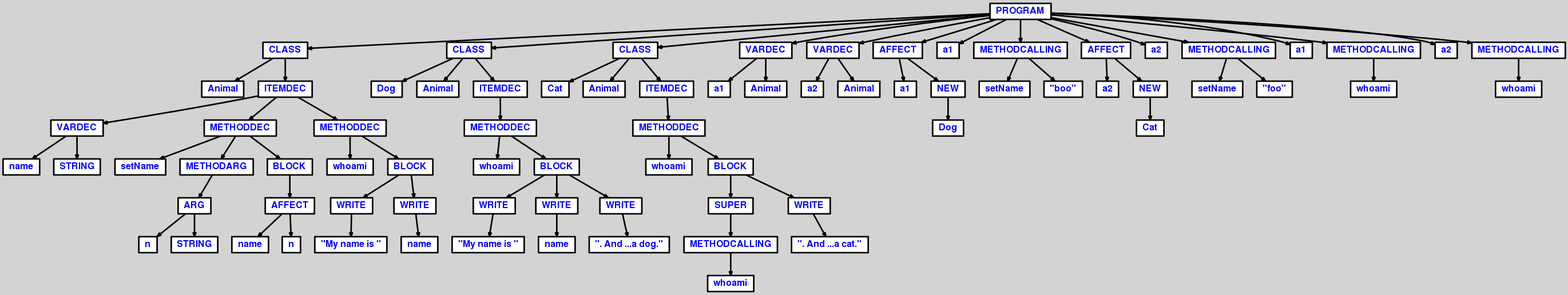
Before: AST/ASTprog4.dot.png, a diagram exported from Graphviz (AOSauron/compiler-clooc). Its source is kept beside it as AST/ASTprog4.dot.
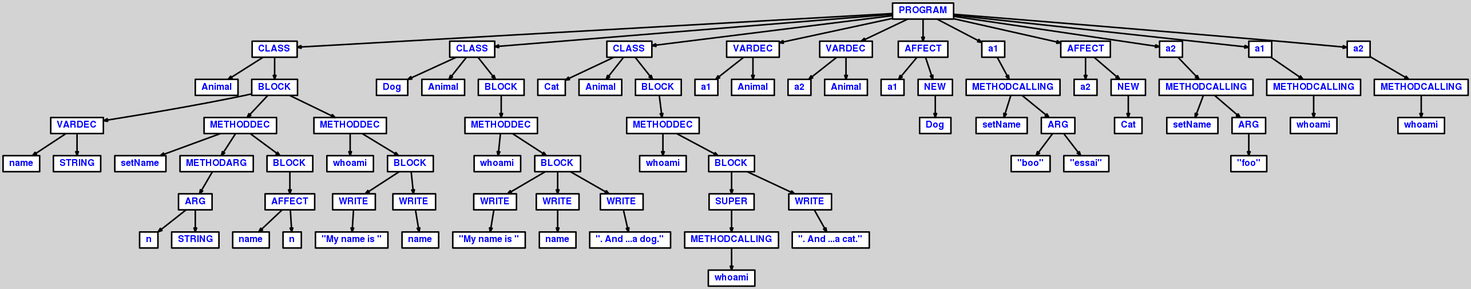
After the change.

The edit, as a diff of the source:
```diff
@@ -10,8 +10,8 @@
   n1 [label="CLASS"];
   n1 [label="CLASS"];
   n2 [label="Animal"];
-  n3 [label="ITEMDEC"];
-  n3 [label="ITEMDEC"];
+  n3 [label="BLOCK"];
+  n3 [label="BLOCK"];
   n4 [label="VARDEC"];
   n4 [label="VARDEC"];
   n5 [label="name"];
@@ -46,8 +46,8 @@
   n24 [label="CLASS"];
   n25 [label="Dog"];
   n26 [label="Animal"];
-  n27 [label="ITEMDEC"];
-  n27 [label="ITEMDEC"];
+  n27 [label="BLOCK"];
+  n27 [label="BLOCK"];
   n28 [label="METHODDEC"];
   n28 [label="METHODDEC"];
   n29 [label="whoami"];
@@ -66,8 +66,8 @@
   n37 [label="CLASS"];
   n38 [label="Cat"];
   n39 [label="Animal"];
-  n40 [label="ITEMDEC"];
-  n40 [label="ITEMDEC"];
+  n40 [label="BLOCK"];
+  n40 [label="BLOCK"];
   n41 [label="METHODDEC"];
   n41 [label="METHODDEC"];
   n42 [label="whoami"];
@@ -96,37 +96,46 @@
   n57 [label="NEW"];
   n58 [label="Dog"];
   n59 [label="a1"];
+  n59 [label="a1"];
   n60 [label="METHODCALLING"];
   n60 [label="METHODCALLING"];
   n61 [label="setName"];
-  n62 [label="\"boo\""];
-  n63 [label="AFFECT"];
-  n63 [label="AFFECT"];
-  n64 [label="a2"];
-  n65 [label="NEW"];
-  n65 [label="NEW"];
-  n66 [label="Cat"];
-  n67 [label="a2"];
-  n68 [label="METHODCALLING"];
-  n68 [label="METHODCALLING"];
-  n69 [label="setName"];
-  n70 [label="\"foo\""];
-  n71 [label="a1"];
-  n72 [label="METHODCALLING"];
-  n72 [label="METHODCALLING"];
-  n73 [label="whoami"];
-  n74 [label="a2"];
+  n62 [label="ARG"];
+  n62 [label="ARG"];
+  n63 [label="\"boo\""];
+  n64 [label="\"essai\""];
+  n65 [label="AFFECT"];
+  n65 [label="AFFECT"];
+  n66 [label="a2"];
+  n67 [label="NEW"];
+  n67 [label="NEW"];
+  n68 [label="Cat"];
+  n69 [label="a2"];
+  n69 [label="a2"];
+  n70 [label="METHODCALLING"];
+  n70 [label="METHODCALLING"];
+  n71 [label="setName"];
+  n72 [label="ARG"];
+  n72 [label="ARG"];
+  n73 [label="\"foo\""];
+  n74 [label="a1"];
+  n74 [label="a1"];
   n75 [label="METHODCALLING"];
   n75 [label="METHODCALLING"];
   n76 [label="whoami"];
+  n77 [label="a2"];
+  n77 [label="a2"];
+  n78 [label="METHODCALLING"];
+  n78 [label="METHODCALLING"];
+  n79 [label="whoami"];
 
   n0 -> n1 // "PROGRAM" -> "CLASS"
   n1 -> n2 // "CLASS" -> "Animal"
-  n1 -> n3 // "CLASS" -> "ITEMDEC"
-  n3 -> n4 // "ITEMDEC" -> "VARDEC"
+  n1 -> n3 // "CLASS" -> "BLOCK"
+  n3 -> n4 // "BLOCK" -> "VARDEC"
   n4 -> n5 // "VARDEC" -> "name"
   n4 -> n6 // "VARDEC" -> "STRING"
-  n3 -> n7 // "ITEMDEC" -> "METHODDEC"
+  n3 -> n7 // "BLOCK" -> "METHODDEC"
   n7 -> n8 // "METHODDEC" -> "setName"
   n7 -> n9 // "METHODDEC" -> "METHODARG"
   n9 -> n10 // "METHODARG" -> "ARG"
@@ -136,7 +145,7 @@
   n13 -> n14 // "BLOCK" -> "AFFECT"
   n14 -> n15 // "AFFECT" -> "name"
   n14 -> n16 // "AFFECT" -> "n"
-  n3 -> n17 // "ITEMDEC" -> "METHODDEC"
+  n3 -> n17 // "BLOCK" -> "METHODDEC"
   n17 -> n18 // "METHODDEC" -> "whoami"
   n17 -> n19 // "METHODDEC" -> "BLOCK"
   n19 -> n20 // "BLOCK" -> "WRITE"
@@ -146,8 +155,8 @@
   n0 -> n24 // "PROGRAM" -> "CLASS"
   n24 -> n25 // "CLASS" -> "Dog"
   n24 -> n26 // "CLASS" -> "Animal"
-  n24 -> n27 // "CLASS" -> "ITEMDEC"
-  n27 -> n28 // "ITEMDEC" -> "METHODDEC"
+  n24 -> n27 // "CLASS" -> "BLOCK"
+  n27 -> n28 // "BLOCK" -> "METHODDEC"
   n28 -> n29 // "METHODDEC" -> "whoami"
   n28 -> n30 // "METHODDEC" -> "BLOCK"
   n30 -> n31 // "BLOCK" -> "WRITE"
@@ -159,8 +168,8 @@
   n0 -> n37 // "PROGRAM" -> "CLASS"
   n37 -> n38 // "CLASS" -> "Cat"
   n37 -> n39 // "CLASS" -> "Animal"
-  n37 -> n40 // "CLASS" -> "ITEMDEC"
-  n40 -> n41 // "ITEMDEC" -> "METHODDEC"
+  n37 -> n40 // "CLASS" -> "BLOCK"
+  n40 -> n41 // "BLOCK" -> "METHODDEC"
   n41 -> n42 // "METHODDEC" -> "whoami"
   n41 -> n43 // "METHODDEC" -> "BLOCK"
   n43 -> n44 // "BLOCK" -> "SUPER"
@@ -179,22 +188,25 @@
   n55 -> n57 // "AFFECT" -> "NEW"
   n57 -> n58 // "NEW" -> "Dog"
   n0 -> n59 // "PROGRAM" -> "a1"
-  n0 -> n60 // "PROGRAM" -> "METHODCALLING"
+  n59 -> n60 // "a1" -> "METHODCALLING"
   n60 -> n61 // "METHODCALLING" -> "setName"
-  n60 -> n62 // "METHODCALLING" -> "\"boo\""
-  n0 -> n63 // "PROGRAM" -> "AFFECT"
-  n63 -> n64 // "AFFECT" -> "a2"
-  n63 -> n65 // "AFFECT" -> "NEW"
-  n65 -> n66 // "NEW" -> "Cat"
-  n0 -> n67 // "PROGRAM" -> "a2"
-  n0 -> n68 // "PROGRAM" -> "METHODCALLING"
-  n68 -> n69 // "METHODCALLING" -> "setName"
-  n68 -> n70 // "METHODCALLING" -> "\"foo\""
-  n0 -> n71 // "PROGRAM" -> "a1"
-  n0 -> n72 // "PROGRAM" -> "METHODCALLING"
-  n72 -> n73 // "METHODCALLING" -> "whoami"
-  n0 -> n74 // "PROGRAM" -> "a2"
-  n0 -> n75 // "PROGRAM" -> "METHODCALLING"
+  n60 -> n62 // "METHODCALLING" -> "ARG"
+  n62 -> n63 // "ARG" -> "\"boo\""
+  n62 -> n64 // "ARG" -> "\"essai\""
+  n0 -> n65 // "PROGRAM" -> "AFFECT"
+  n65 -> n66 // "AFFECT" -> "a2"
+  n65 -> n67 // "AFFECT" -> "NEW"
+  n67 -> n68 // "NEW" -> "Cat"
+  n0 -> n69 // "PROGRAM" -> "a2"
+  n69 -> n70 // "a2" -> "METHODCALLING"
+  n70 -> n71 // "METHODCALLING" -> "setName"
+  n70 -> n72 // "METHODCALLING" -> "ARG"
+  n72 -> n73 // "ARG" -> "\"foo\""
+  n0 -> n74 // "PROGRAM" -> "a1"
+  n74 -> n75 // "a1" -> "METHODCALLING"
   n75 -> n76 // "METHODCALLING" -> "whoami"
+  n0 -> n77 // "PROGRAM" -> "a2"
+  n77 -> n78 // "a2" -> "METHODCALLING"
+  n78 -> n79 // "METHODCALLING" -> "whoami"
 
 }
```
